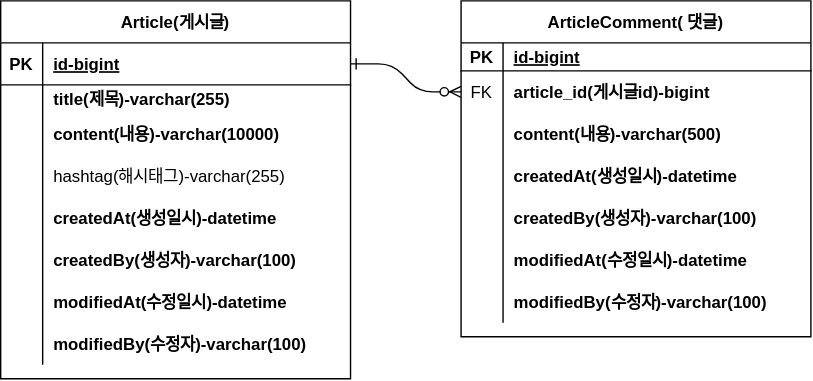
Above: document/board-erd.svg in lala9663/myboard (draw.io), before the change. Source tidied: cells renumbered, new cells last; positions are measured from the earlier drawing's top-left corner, leaving out a move shared by most shapes.
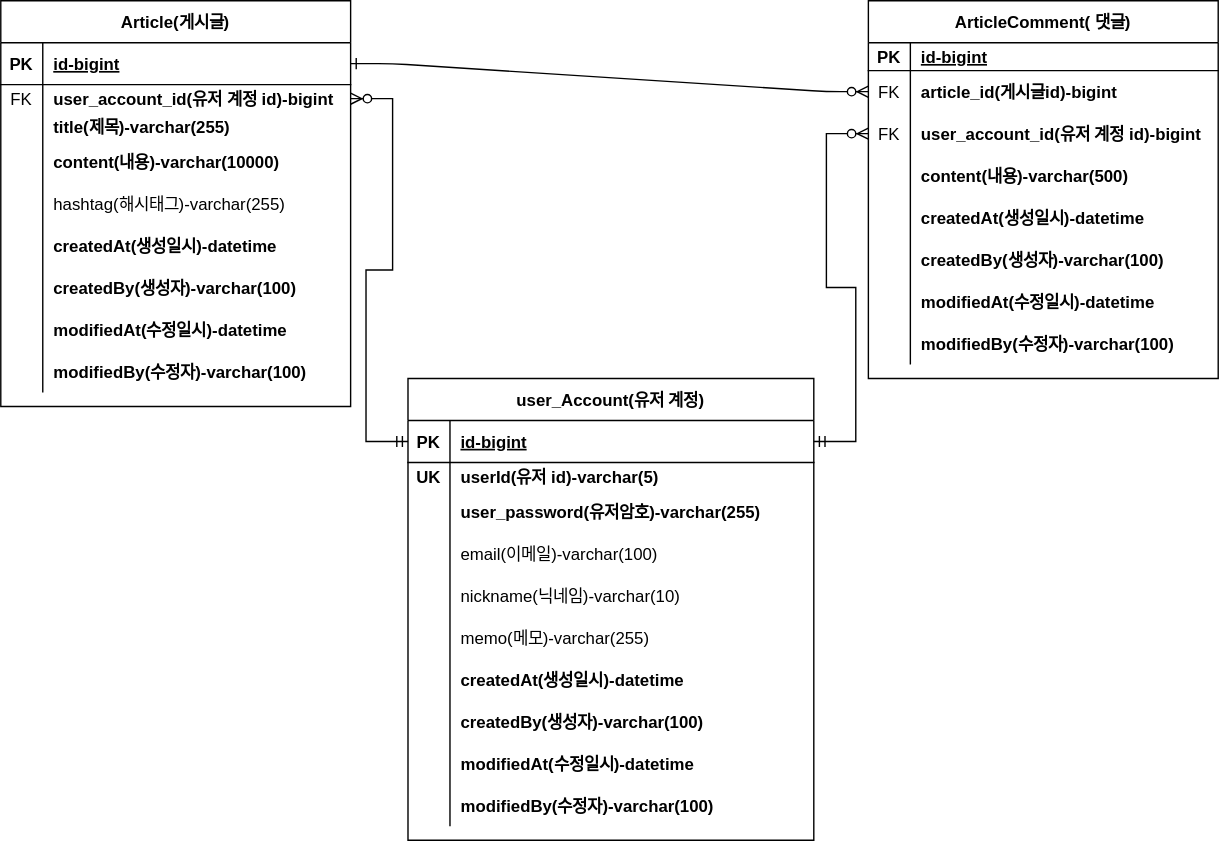
The same file after the commit.

Commit message:
board-erd.svg 업데이트 유저 추가

Diff of the diagram source:
```diff
@@ -6,7 +6,7 @@
       <mxGeometry relative="1" as="geometry" />
     </mxCell>
     <mxCell id="3" value="ArticleComment( 댓글)" style="shape=table;startSize=30;rowLines=0;fontStyle=1;align=center;" parent="1" vertex="1">
-      <mxGeometry x="329" width="250" height="240" as="geometry" />
+      <mxGeometry x="579" y="50" width="250" height="270" as="geometry" />
     </mxCell>
     <mxCell id="4" style="shape=partialRectangle;fillColor=none;top=0;left=0;right=0;bottom=1;" parent="3" vertex="1">
       <mxGeometry y="30" width="250" height="20" as="geometry" />
@@ -26,8 +26,17 @@
     <mxCell id="9" value="article_id(게시글id)-bigint" style="shape=partialRectangle;overflow=hidden;fillColor=none;top=0;left=0;bottom=0;right=0;align=left;spacingLeft=6;fontStyle=1;" parent="7" vertex="1">
       <mxGeometry x="30" width="220" height="30" as="geometry" />
     </mxCell>
+    <mxCell id="50" style="shape=partialRectangle;fillColor=none;points=[[0,0.5],[1,0.5]];portConstraint=eastwest;top=0;left=0;right=0;bottom=0;" parent="3" vertex="1">
+      <mxGeometry y="80" width="250" height="30" as="geometry" />
+    </mxCell>
+    <mxCell id="51" value="FK" style="shape=partialRectangle;overflow=hidden;fillColor=none;top=0;left=0;bottom=0;right=0;" parent="50" vertex="1">
+      <mxGeometry width="30" height="30" as="geometry" />
+    </mxCell>
+    <mxCell id="52" value="user_account_id(유저 계정 id)-bigint" style="shape=partialRectangle;overflow=hidden;fillColor=none;top=0;left=0;bottom=0;right=0;align=left;spacingLeft=6;fontStyle=1;" parent="50" vertex="1">
+      <mxGeometry x="30" width="220" height="30" as="geometry" />
+    </mxCell>
     <mxCell id="10" style="shape=partialRectangle;fillColor=none;top=0;left=0;right=0;bottom=0;" parent="3" vertex="1">
-      <mxGeometry y="80" width="250" height="30" as="geometry" />
+      <mxGeometry y="110" width="250" height="30" as="geometry" />
     </mxCell>
     <mxCell id="11" style="shape=partialRectangle;overflow=hidden;fillColor=none;top=0;left=0;bottom=0;right=0;" parent="10" vertex="1">
       <mxGeometry width="30" height="30" as="geometry" />
@@ -36,7 +45,7 @@
       <mxGeometry x="30" width="220" height="30" as="geometry" />
     </mxCell>
     <mxCell id="13" style="shape=partialRectangle;fillColor=none;top=0;left=0;right=0;bottom=0;" parent="3" vertex="1">
-      <mxGeometry y="110" width="250" height="30" as="geometry" />
+      <mxGeometry y="140" width="250" height="30" as="geometry" />
     </mxCell>
     <mxCell id="14" style="shape=partialRectangle;overflow=hidden;fillColor=none;top=0;left=0;bottom=0;right=0;" parent="13" vertex="1">
       <mxGeometry width="30" height="30" as="geometry" />
@@ -45,7 +54,7 @@
       <mxGeometry x="30" width="220" height="30" as="geometry" />
     </mxCell>
     <mxCell id="16" style="shape=partialRectangle;fillColor=none;top=0;left=0;right=0;bottom=0;" parent="3" vertex="1">
-      <mxGeometry y="140" width="250" height="30" as="geometry" />
+      <mxGeometry y="170" width="250" height="30" as="geometry" />
     </mxCell>
     <mxCell id="17" style="shape=partialRectangle;overflow=hidden;fillColor=none;top=0;left=0;bottom=0;right=0;" parent="16" vertex="1">
       <mxGeometry width="30" height="30" as="geometry" />
@@ -54,7 +63,7 @@
       <mxGeometry x="30" width="220" height="30" as="geometry" />
     </mxCell>
     <mxCell id="19" style="shape=partialRectangle;fillColor=none;top=0;left=0;right=0;bottom=0;" parent="3" vertex="1">
-      <mxGeometry y="170" width="250" height="30" as="geometry" />
+      <mxGeometry y="200" width="250" height="30" as="geometry" />
     </mxCell>
     <mxCell id="20" style="shape=partialRectangle;overflow=hidden;fillColor=none;top=0;left=0;bottom=0;right=0;" parent="19" vertex="1">
       <mxGeometry width="30" height="30" as="geometry" />
@@ -63,7 +72,7 @@
       <mxGeometry x="30" width="220" height="30" as="geometry" />
     </mxCell>
     <mxCell id="22" style="shape=partialRectangle;fillColor=none;top=0;left=0;right=0;bottom=0;" parent="3" vertex="1">
-      <mxGeometry y="200" width="250" height="30" as="geometry" />
+      <mxGeometry y="230" width="250" height="30" as="geometry" />
     </mxCell>
     <mxCell id="23" style="shape=partialRectangle;overflow=hidden;fillColor=none;top=0;left=0;bottom=0;right=0;" parent="22" vertex="1">
       <mxGeometry width="30" height="30" as="geometry" />
@@ -72,7 +81,7 @@
       <mxGeometry x="30" width="220" height="30" as="geometry" />
     </mxCell>
     <mxCell id="25" value="Article(게시글)" style="shape=table;startSize=30;rowLines=0;fontStyle=1;align=center;" parent="1" vertex="1">
-      <mxGeometry width="250" height="270" as="geometry" />
+      <mxGeometry x="-41" y="50" width="250" height="290" as="geometry" />
     </mxCell>
     <mxCell id="26" style="shape=partialRectangle;fillColor=none;points=[[0,0.5],[1,0.5]];portConstraint=eastwest;top=0;left=0;right=0;bottom=1;" parent="25" vertex="1">
       <mxGeometry y="30" width="250" height="30" as="geometry" />
@@ -86,14 +95,23 @@
     <mxCell id="29" style="shape=partialRectangle;fillColor=none;points=[[0,0.5],[1,0.5]];portConstraint=eastwest;top=0;left=0;right=0;bottom=0;" parent="25" vertex="1">
       <mxGeometry y="60" width="250" height="20" as="geometry" />
     </mxCell>
-    <mxCell id="30" style="shape=partialRectangle;overflow=hidden;fillColor=none;top=0;left=0;bottom=0;right=0;" parent="29" vertex="1">
+    <mxCell id="30" value="FK" style="shape=partialRectangle;overflow=hidden;fillColor=none;top=0;left=0;bottom=0;right=0;" parent="29" vertex="1">
       <mxGeometry width="30" height="20" as="geometry" />
     </mxCell>
-    <mxCell id="31" value="title(제목)-varchar(255)" style="shape=partialRectangle;overflow=hidden;fillColor=none;top=0;left=0;bottom=0;right=0;align=left;spacingLeft=6;fontStyle=1;" parent="29" vertex="1">
+    <mxCell id="31" value="user_account_id(유저 계정 id)-bigint" style="shape=partialRectangle;overflow=hidden;fillColor=none;top=0;left=0;bottom=0;right=0;align=left;spacingLeft=6;fontStyle=1;" parent="29" vertex="1">
       <mxGeometry x="30" width="220" height="20" as="geometry" />
     </mxCell>
+    <mxCell id="53" style="shape=partialRectangle;fillColor=none;top=0;left=0;right=0;bottom=0;" parent="25" vertex="1">
+      <mxGeometry y="80" width="250" height="20" as="geometry" />
+    </mxCell>
+    <mxCell id="54" style="shape=partialRectangle;overflow=hidden;fillColor=none;top=0;left=0;bottom=0;right=0;" parent="53" vertex="1">
+      <mxGeometry width="30" height="20" as="geometry" />
+    </mxCell>
+    <mxCell id="55" value="title(제목)-varchar(255)" style="shape=partialRectangle;overflow=hidden;fillColor=none;top=0;left=0;bottom=0;right=0;align=left;spacingLeft=6;fontStyle=1;" parent="53" vertex="1">
+      <mxGeometry x="30" width="220" height="20" as="geometry" />
+    </mxCell>
     <mxCell id="32" style="shape=partialRectangle;fillColor=none;top=0;left=0;right=0;bottom=0;" parent="25" vertex="1">
-      <mxGeometry y="80" width="250" height="30" as="geometry" />
+      <mxGeometry y="100" width="250" height="30" as="geometry" />
     </mxCell>
     <mxCell id="33" style="shape=partialRectangle;overflow=hidden;fillColor=none;top=0;left=0;bottom=0;right=0;" parent="32" vertex="1">
       <mxGeometry width="30" height="30" as="geometry" />
@@ -102,7 +120,7 @@
       <mxGeometry x="30" width="220" height="30" as="geometry" />
     </mxCell>
     <mxCell id="35" style="shape=partialRectangle;fillColor=none;top=0;left=0;right=0;bottom=0;" parent="25" vertex="1">
-      <mxGeometry y="110" width="250" height="30" as="geometry" />
+      <mxGeometry y="130" width="250" height="30" as="geometry" />
     </mxCell>
     <mxCell id="36" style="shape=partialRectangle;overflow=hidden;fillColor=none;top=0;left=0;bottom=0;right=0;" parent="35" vertex="1">
       <mxGeometry width="30" height="30" as="geometry" />
@@ -111,7 +129,7 @@
       <mxGeometry x="30" width="220" height="30" as="geometry" />
     </mxCell>
     <mxCell id="38" style="shape=partialRectangle;fillColor=none;top=0;left=0;right=0;bottom=0;" parent="25" vertex="1">
-      <mxGeometry y="140" width="250" height="30" as="geometry" />
+      <mxGeometry y="160" width="250" height="30" as="geometry" />
     </mxCell>
     <mxCell id="39" style="shape=partialRectangle;overflow=hidden;fillColor=none;top=0;left=0;bottom=0;right=0;" parent="38" vertex="1">
       <mxGeometry width="30" height="30" as="geometry" />
@@ -120,7 +138,7 @@
       <mxGeometry x="30" width="220" height="30" as="geometry" />
     </mxCell>
     <mxCell id="41" style="shape=partialRectangle;fillColor=none;top=0;left=0;right=0;bottom=0;" parent="25" vertex="1">
-      <mxGeometry y="170" width="250" height="30" as="geometry" />
+      <mxGeometry y="190" width="250" height="30" as="geometry" />
     </mxCell>
     <mxCell id="42" style="shape=partialRectangle;overflow=hidden;fillColor=none;top=0;left=0;bottom=0;right=0;" parent="41" vertex="1">
       <mxGeometry width="30" height="30" as="geometry" />
@@ -129,7 +147,7 @@
       <mxGeometry x="30" width="220" height="30" as="geometry" />
     </mxCell>
     <mxCell id="44" style="shape=partialRectangle;fillColor=none;top=0;left=0;right=0;bottom=0;" parent="25" vertex="1">
-      <mxGeometry y="200" width="250" height="30" as="geometry" />
+      <mxGeometry y="220" width="250" height="30" as="geometry" />
     </mxCell>
     <mxCell id="45" style="shape=partialRectangle;overflow=hidden;fillColor=none;top=0;left=0;bottom=0;right=0;" parent="44" vertex="1">
       <mxGeometry width="30" height="30" as="geometry" />
@@ -138,7 +156,7 @@
       <mxGeometry x="30" width="220" height="30" as="geometry" />
     </mxCell>
     <mxCell id="47" style="shape=partialRectangle;fillColor=none;top=0;left=0;right=0;bottom=0;" parent="25" vertex="1">
-      <mxGeometry y="230" width="250" height="30" as="geometry" />
+      <mxGeometry y="250" width="250" height="30" as="geometry" />
     </mxCell>
     <mxCell id="48" style="shape=partialRectangle;overflow=hidden;fillColor=none;top=0;left=0;bottom=0;right=0;" parent="47" vertex="1">
       <mxGeometry width="30" height="30" as="geometry" />
@@ -146,5 +164,119 @@
     <mxCell id="49" value="modifiedBy(수정자)-varchar(100)" style="shape=partialRectangle;overflow=hidden;fillColor=none;top=0;left=0;bottom=0;right=0;align=left;spacingLeft=6;fontStyle=1;" parent="47" vertex="1">
       <mxGeometry x="30" width="220" height="30" as="geometry" />
     </mxCell>
+    <mxCell id="56" value="user_Account(유저 계정)" style="shape=table;startSize=30;rowLines=0;fontStyle=1;align=center;" parent="1" vertex="1">
+      <mxGeometry x="250" y="320" width="290" height="330" as="geometry" />
+    </mxCell>
+    <mxCell id="57" style="shape=partialRectangle;fillColor=none;points=[[0,0.5],[1,0.5]];portConstraint=eastwest;top=0;left=0;right=0;bottom=1;" parent="56" vertex="1">
+      <mxGeometry y="30" width="290" height="30" as="geometry" />
+    </mxCell>
+    <mxCell id="58" value="PK" style="shape=partialRectangle;overflow=hidden;fillColor=none;top=0;left=0;bottom=0;right=0;fontStyle=1;" parent="57" vertex="1">
+      <mxGeometry width="30" height="30" as="geometry" />
+    </mxCell>
+    <mxCell id="59" value="id-bigint" style="shape=partialRectangle;overflow=hidden;fillColor=none;top=0;left=0;bottom=0;right=0;align=left;spacingLeft=6;fontStyle=5;" parent="57" vertex="1">
+      <mxGeometry x="30" width="260" height="30" as="geometry" />
+    </mxCell>
+    <mxCell id="60" style="shape=partialRectangle;fillColor=none;top=0;left=0;right=0;bottom=0;" parent="56" vertex="1">
+      <mxGeometry y="60" width="290" height="20" as="geometry" />
+    </mxCell>
+    <mxCell id="61" value="UK" style="shape=partialRectangle;overflow=hidden;fillColor=none;top=0;left=0;bottom=0;right=0;fontStyle=1;" parent="60" vertex="1">
+      <mxGeometry width="30" height="20" as="geometry" />
+    </mxCell>
+    <mxCell id="62" value="userId(유저 id)-varchar(5)" style="shape=partialRectangle;overflow=hidden;fillColor=none;top=0;left=0;bottom=0;right=0;align=left;spacingLeft=6;fontStyle=1;" parent="60" vertex="1">
+      <mxGeometry x="30" width="260" height="20" as="geometry" />
+    </mxCell>
+    <mxCell id="63" style="shape=partialRectangle;fillColor=none;top=0;left=0;right=0;bottom=0;" parent="56" vertex="1">
+      <mxGeometry y="80" width="290" height="30" as="geometry" />
+    </mxCell>
+    <mxCell id="64" style="shape=partialRectangle;overflow=hidden;fillColor=none;top=0;left=0;bottom=0;right=0;" parent="63" vertex="1">
+      <mxGeometry width="30" height="30" as="geometry" />
+    </mxCell>
+    <mxCell id="65" value="user_password(유저암호)-varchar(255)" style="shape=partialRectangle;overflow=hidden;fillColor=none;top=0;left=0;bottom=0;right=0;align=left;spacingLeft=6;fontStyle=1;" parent="63" vertex="1">
+      <mxGeometry x="30" width="260" height="30" as="geometry" />
+    </mxCell>
+    <mxCell id="66" style="shape=partialRectangle;fillColor=none;top=0;left=0;right=0;bottom=0;" parent="56" vertex="1">
+      <mxGeometry y="110" width="290" height="30" as="geometry" />
+    </mxCell>
+    <mxCell id="67" style="shape=partialRectangle;overflow=hidden;fillColor=none;top=0;left=0;bottom=0;right=0;" parent="66" vertex="1">
+      <mxGeometry width="30" height="30" as="geometry" />
+    </mxCell>
+    <mxCell id="68" value="email(이메일)-varchar(100)" style="shape=partialRectangle;overflow=hidden;fillColor=none;top=0;left=0;bottom=0;right=0;align=left;spacingLeft=6;" parent="66" vertex="1">
+      <mxGeometry x="30" width="260" height="30" as="geometry" />
+    </mxCell>
+    <mxCell id="69" style="shape=partialRectangle;fillColor=none;top=0;left=0;right=0;bottom=0;" parent="56" vertex="1">
+      <mxGeometry y="140" width="290" height="30" as="geometry" />
+    </mxCell>
+    <mxCell id="70" style="shape=partialRectangle;overflow=hidden;fillColor=none;top=0;left=0;bottom=0;right=0;" parent="69" vertex="1">
+      <mxGeometry width="30" height="30" as="geometry" />
+    </mxCell>
+    <mxCell id="71" value="nickname(닉네임)-varchar(10)" style="shape=partialRectangle;overflow=hidden;fillColor=none;top=0;left=0;bottom=0;right=0;align=left;spacingLeft=6;" parent="69" vertex="1">
+      <mxGeometry x="30" width="260" height="30" as="geometry" />
+    </mxCell>
+    <mxCell id="72" style="shape=partialRectangle;fillColor=none;top=0;left=0;right=0;bottom=0;" parent="56" vertex="1">
+      <mxGeometry y="170" width="290" height="30" as="geometry" />
+    </mxCell>
+    <mxCell id="73" style="shape=partialRectangle;overflow=hidden;fillColor=none;top=0;left=0;bottom=0;right=0;" parent="72" vertex="1">
+      <mxGeometry width="30" height="30" as="geometry" />
+    </mxCell>
+    <mxCell id="74" value="memo(메모)-varchar(255)" style="shape=partialRectangle;overflow=hidden;fillColor=none;top=0;left=0;bottom=0;right=0;align=left;spacingLeft=6;" parent="72" vertex="1">
+      <mxGeometry x="30" width="260" height="30" as="geometry" />
+    </mxCell>
+    <mxCell id="75" style="shape=partialRectangle;fillColor=none;top=0;left=0;right=0;bottom=0;" parent="56" vertex="1">
+      <mxGeometry y="200" width="290" height="30" as="geometry" />
+    </mxCell>
+    <mxCell id="76" style="shape=partialRectangle;overflow=hidden;fillColor=none;top=0;left=0;bottom=0;right=0;" parent="75" vertex="1">
+      <mxGeometry width="30" height="30" as="geometry" />
+    </mxCell>
+    <mxCell id="77" value="createdAt(생성일시)-datetime" style="shape=partialRectangle;overflow=hidden;fillColor=none;top=0;left=0;bottom=0;right=0;align=left;spacingLeft=6;fontStyle=1;" parent="75" vertex="1">
+      <mxGeometry x="30" width="260" height="30" as="geometry" />
+    </mxCell>
+    <mxCell id="78" style="shape=partialRectangle;fillColor=none;top=0;left=0;right=0;bottom=0;" parent="56" vertex="1">
+      <mxGeometry y="230" width="290" height="30" as="geometry" />
+    </mxCell>
+    <mxCell id="79" style="shape=partialRectangle;overflow=hidden;fillColor=none;top=0;left=0;bottom=0;right=0;" parent="78" vertex="1">
+      <mxGeometry width="30" height="30" as="geometry" />
+    </mxCell>
+    <mxCell id="80" value="createdBy(생성자)-varchar(100)" style="shape=partialRectangle;overflow=hidden;fillColor=none;top=0;left=0;bottom=0;right=0;align=left;spacingLeft=6;fontStyle=1;" parent="78" vertex="1">
+      <mxGeometry x="30" width="260" height="30" as="geometry" />
+    </mxCell>
+    <mxCell id="81" style="shape=partialRectangle;fillColor=none;top=0;left=0;right=0;bottom=0;" parent="56" vertex="1">
+      <mxGeometry y="260" width="290" height="30" as="geometry" />
+    </mxCell>
+    <mxCell id="82" style="shape=partialRectangle;overflow=hidden;fillColor=none;top=0;left=0;bottom=0;right=0;" parent="81" vertex="1">
+      <mxGeometry width="30" height="30" as="geometry" />
+    </mxCell>
+    <mxCell id="83" value="modifiedAt(수정일시)-datetime" style="shape=partialRectangle;overflow=hidden;fillColor=none;top=0;left=0;bottom=0;right=0;align=left;spacingLeft=6;fontStyle=1;" parent="81" vertex="1">
+      <mxGeometry x="30" width="260" height="30" as="geometry" />
+    </mxCell>
+    <mxCell id="84" style="shape=partialRectangle;fillColor=none;top=0;left=0;right=0;bottom=0;" parent="56" vertex="1">
+      <mxGeometry y="290" width="290" height="30" as="geometry" />
+    </mxCell>
+    <mxCell id="85" style="shape=partialRectangle;overflow=hidden;fillColor=none;top=0;left=0;bottom=0;right=0;" parent="84" vertex="1">
+      <mxGeometry width="30" height="30" as="geometry" />
+    </mxCell>
+    <mxCell id="86" value="modifiedBy(수정자)-varchar(100)" style="shape=partialRectangle;overflow=hidden;fillColor=none;top=0;left=0;bottom=0;right=0;align=left;spacingLeft=6;fontStyle=1;" parent="84" vertex="1">
+      <mxGeometry x="30" width="260" height="30" as="geometry" />
+    </mxCell>
+    <mxCell id="87" style="edgeStyle=entityRelationEdgeStyle;fontSize=12;html=1;endArrow=ERzeroToMany;startArrow=ERmandOne;rounded=0;curved=0;entryX=1;entryY=0.5;entryDx=0;entryDy=0;strokeColor=default;exitX=0;exitY=0.5;exitDx=0;exitDy=0;" parent="1" edge="1" source="57" target="29">
+      <mxGeometry relative="1" as="geometry">
+        <Array as="points">
+          <mxPoint x="189" y="340" />
+          <mxPoint x="259" y="290" />
+          <mxPoint x="139" y="330" />
+          <mxPoint x="319" y="140" />
+          <mxPoint x="299" y="130" />
+          <mxPoint x="309" y="90" />
+        </Array>
+      </mxGeometry>
+    </mxCell>
+    <mxCell id="88" style="edgeStyle=entityRelationEdgeStyle;fontSize=12;html=1;endArrow=ERzeroToMany;startArrow=ERmandOne;rounded=0;entryX=0;entryY=0.5;entryDx=0;entryDy=0;" parent="1" edge="1" source="57" target="50">
+      <mxGeometry relative="1" as="geometry">
+        <Array as="points">
+          <mxPoint x="419" y="100" />
+          <mxPoint x="579" y="170" />
+          <mxPoint x="579" y="170" />
+        </Array>
+      </mxGeometry>
+    </mxCell>
   </root>
 </mxGraphModel>
```
